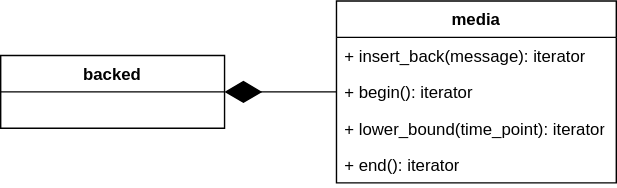
Before: doc/threads_backed.svg, a diagram exported from draw.io (vitalii-samoilenko/ai-chat-bot). Source tidied: cells renumbered, new cells last; positions are measured from the earlier drawing's top-left corner, leaving out a move shared by most shapes.
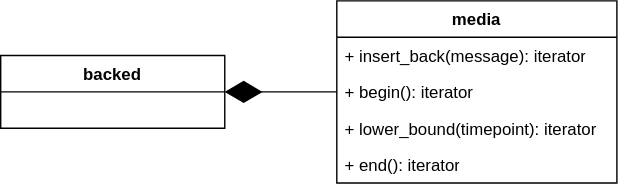
Later version of the same file.

What changed in the source:
```diff
@@ -14,7 +14,7 @@
     <mxCell id="5" value="+ begin(): iterator" style="text;strokeColor=none;fillColor=none;align=left;verticalAlign=top;spacingLeft=4;spacingRight=4;overflow=hidden;whiteSpace=wrap;html=1;" parent="3" vertex="1">
       <mxGeometry y="52" width="200" height="26" as="geometry" />
     </mxCell>
-    <mxCell id="6" value="+ lower_bound(time_point): iterator" style="text;strokeColor=none;fillColor=none;align=left;verticalAlign=top;spacingLeft=4;spacingRight=4;overflow=hidden;whiteSpace=wrap;html=1;" parent="3" vertex="1">
+    <mxCell id="6" value="+ lower_bound(timepoint): iterator" style="text;strokeColor=none;fillColor=none;align=left;verticalAlign=top;spacingLeft=4;spacingRight=4;overflow=hidden;whiteSpace=wrap;html=1;" parent="3" vertex="1">
       <mxGeometry y="78" width="200" height="26" as="geometry" />
     </mxCell>
     <mxCell id="7" value="+ end(): iterator" style="text;strokeColor=none;fillColor=none;align=left;verticalAlign=top;spacingLeft=4;spacingRight=4;overflow=hidden;whiteSpace=wrap;html=1;" parent="3" vertex="1">
```
